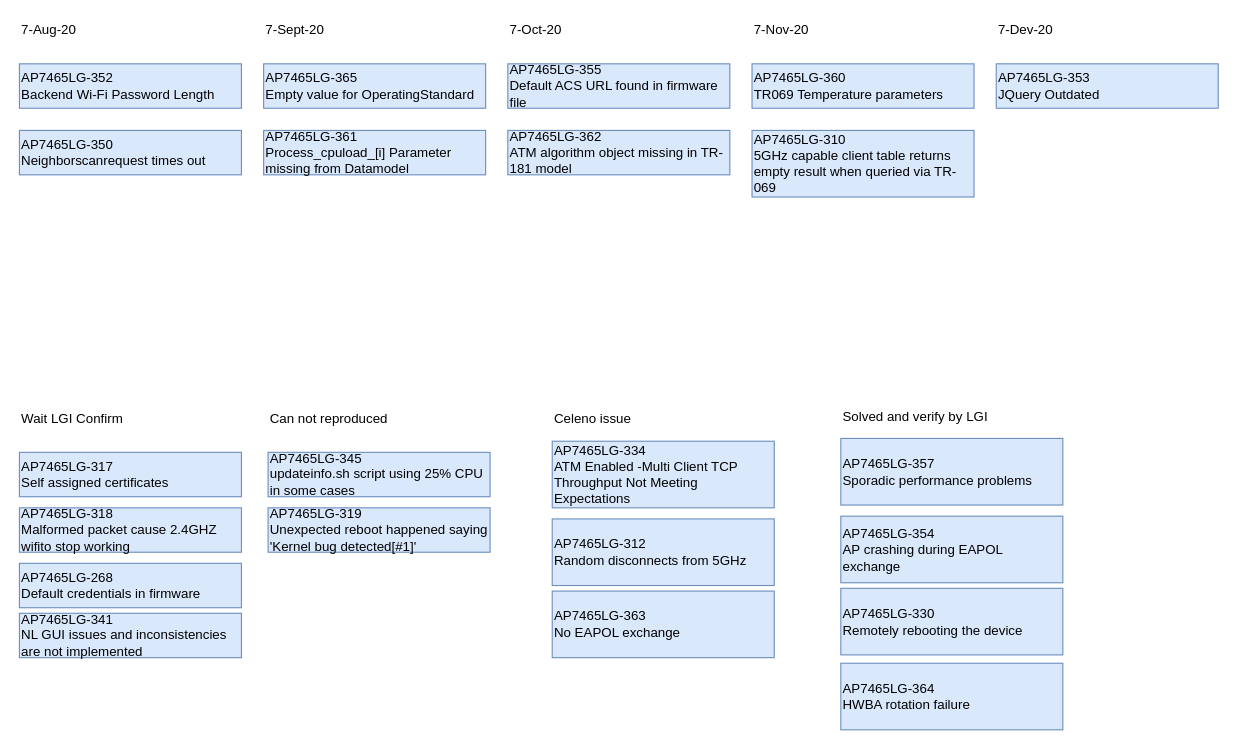
Above: page "Schedule" (6 of 6) of AP7465CE.drawio in nelsonchung/drawio (draw.io), before the change. Source tidied: cells renumbered, new cells numbered last; positions are measured from the earlier drawing's top-left corner, leaving out a move shared by most shapes. Both pictures are drawn from the tidied source at 111%, with x=0, y=0 at pixel (19, 19).
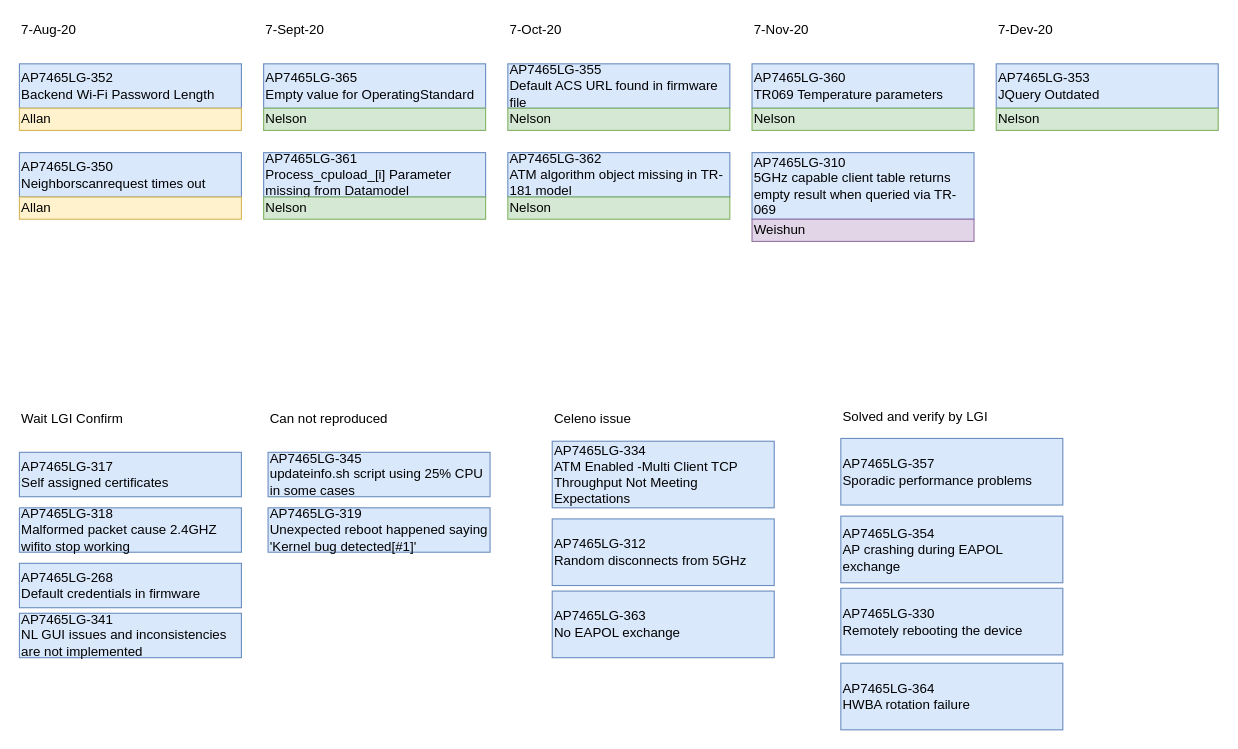
Above is the later version.

The edit, as a diff of the source:
```diff
@@
     <mxCell id="4" value="AP7465LG-350&lt;br&gt;Neighborscanrequest times out" style="rounded=0;whiteSpace=wrap;html=1;fillColor=#dae8fc;strokeColor=#6c8ebf;align=left;" parent="1" vertex="1">
-      <mxGeometry y="100" width="200" height="40" as="geometry" />
+      <mxGeometry y="120" width="200" height="40" as="geometry" />
     </mxCell>
@@
     <mxCell id="6" value="AP7465LG-362&lt;br&gt;ATM algorithm object missing in TR-181 model" style="rounded=0;whiteSpace=wrap;html=1;fillColor=#dae8fc;strokeColor=#6c8ebf;align=left;" parent="1" vertex="1">
-      <mxGeometry x="440" y="100" width="200" height="40" as="geometry" />
+      <mxGeometry x="440" y="120" width="200" height="40" as="geometry" />
     </mxCell>
@@
     <mxCell id="8" value="AP7465LG-361&lt;br&gt;Process_cpuload_[i] Parameter missing from Datamodel" style="rounded=0;whiteSpace=wrap;html=1;fillColor=#dae8fc;strokeColor=#6c8ebf;align=left;" parent="1" vertex="1">
-      <mxGeometry x="220" y="100" width="200" height="40" as="geometry" />
+      <mxGeometry x="220" y="120" width="200" height="40" as="geometry" />
     </mxCell>
     <mxCell id="9" value="AP7465LG-310&lt;br&gt;5GHz capable client table returns empty result when queried via TR-069" style="rounded=0;whiteSpace=wrap;html=1;fillColor=#dae8fc;strokeColor=#6c8ebf;align=left;" parent="1" vertex="1">
-      <mxGeometry x="660" y="100" width="200" height="60" as="geometry" />
+      <mxGeometry x="660" y="120" width="200" height="60" as="geometry" />
     </mxCell>
@@
+    <mxCell id="33" value="Allan" style="rounded=0;whiteSpace=wrap;html=1;fillColor=#fff2cc;strokeColor=#d6b656;align=left;" parent="1" vertex="1">
+      <mxGeometry y="80" width="200" height="20" as="geometry" />
+    </mxCell>
+    <mxCell id="34" value="Allan" style="rounded=0;whiteSpace=wrap;html=1;fillColor=#fff2cc;strokeColor=#d6b656;align=left;" parent="1" vertex="1">
+      <mxGeometry y="160" width="200" height="20" as="geometry" />
+    </mxCell>
+    <mxCell id="35" value="Nelson" style="rounded=0;whiteSpace=wrap;html=1;fillColor=#d5e8d4;strokeColor=#82b366;align=left;" parent="1" vertex="1">
+      <mxGeometry x="220" y="80" width="200" height="20" as="geometry" />
+    </mxCell>
+    <mxCell id="36" value="Nelson" style="rounded=0;whiteSpace=wrap;html=1;fillColor=#d5e8d4;strokeColor=#82b366;align=left;" parent="1" vertex="1">
+      <mxGeometry x="220" y="160" width="200" height="20" as="geometry" />
+    </mxCell>
+    <mxCell id="37" value="Nelson" style="rounded=0;whiteSpace=wrap;html=1;fillColor=#d5e8d4;strokeColor=#82b366;align=left;" parent="1" vertex="1">
+      <mxGeometry x="440" y="80" width="200" height="20" as="geometry" />
+    </mxCell>
+    <mxCell id="38" value="Nelson" style="rounded=0;whiteSpace=wrap;html=1;fillColor=#d5e8d4;strokeColor=#82b366;align=left;" parent="1" vertex="1">
+      <mxGeometry x="440" y="160" width="200" height="20" as="geometry" />
+    </mxCell>
+    <mxCell id="39" value="Weishun" style="rounded=0;whiteSpace=wrap;html=1;fillColor=#e1d5e7;strokeColor=#9673a6;align=left;" parent="1" vertex="1">
+      <mxGeometry x="660" y="180" width="200" height="20" as="geometry" />
+    </mxCell>
+    <mxCell id="40" value="Nelson" style="rounded=0;whiteSpace=wrap;html=1;fillColor=#d5e8d4;strokeColor=#82b366;align=left;" parent="1" vertex="1">
+      <mxGeometry x="660" y="80" width="200" height="20" as="geometry" />
+    </mxCell>
+    <mxCell id="41" value="Nelson" style="rounded=0;whiteSpace=wrap;html=1;fillColor=#d5e8d4;strokeColor=#82b366;align=left;" parent="1" vertex="1">
+      <mxGeometry x="880" y="80" width="200" height="20" as="geometry" />
+    </mxCell>
```
